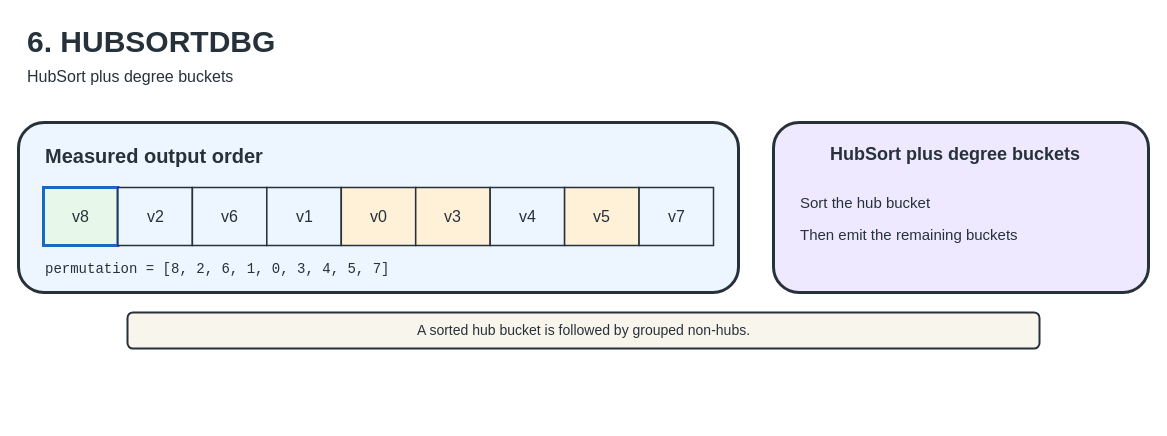
The draw.io diagram docs/figures/editable/06-hubsortdbg.drawio in UVA-LavaLab/GraphBrew, before the edit. Source tidied: cells renumbered, new cells numbered last; positions are measured from the earlier drawing's top-left corner, leaving out a move shared by most shapes. Both pictures are drawn from the tidied source at 100%, with x=0, y=0 at pixel (18, 17).
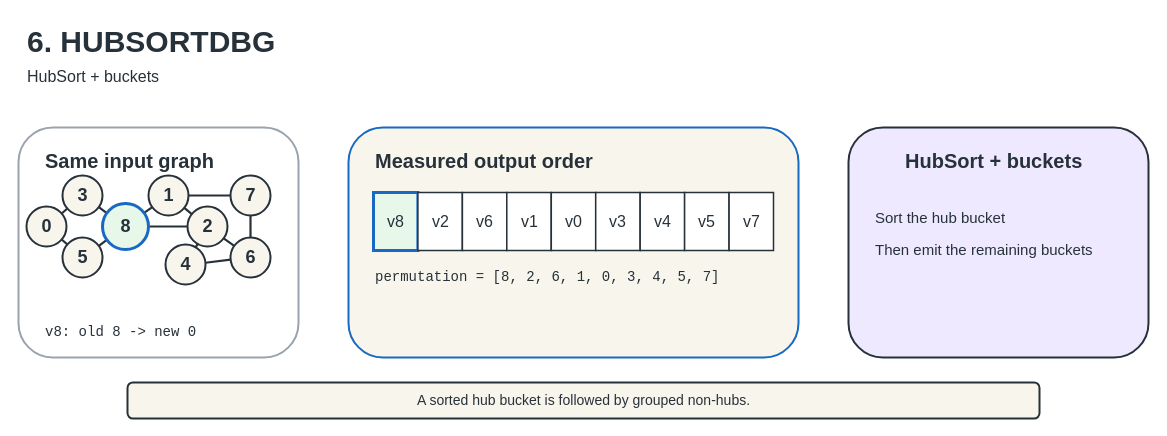
After the change.

Diff of the diagram source:
```diff
@@
-    <mxCell id="3" value="HubSort plus degree buckets" style="text;html=1;strokeColor=none;fillColor=none;fontSize=16;fontColor=#27313A;" parent="1" vertex="1">
+    <mxCell id="3" value="HubSort + buckets" style="text;html=1;strokeColor=none;fillColor=none;fontSize=16;fontColor=#27313A;" parent="1" vertex="1">
       <mxGeometry x="7" y="43" width="1050" height="28" as="geometry" />
     </mxCell>
+    <mxCell id="21" style="rounded=1;html=1;fillColor=#FFFFFF;strokeColor=#9AA3AD;strokeWidth=2;" parent="1" vertex="1">
+      <mxGeometry y="110" width="280" height="230" as="geometry" />
+    </mxCell>
-    <mxCell id="4" style="rounded=1;html=1;fillColor=#EDF5FF;strokeColor=#27313A;strokeWidth=3;" parent="1" vertex="1">
-      <mxGeometry y="105" width="720" height="170" as="geometry" />
+    <mxCell id="4" style="rounded=1;html=1;fillColor=#F8F6EC;strokeColor=#1769C2;strokeWidth=2;" parent="1" vertex="1">
+      <mxGeometry x="330" y="110" width="450" height="230" as="geometry" />
     </mxCell>
-    <mxCell id="5" style="rounded=1;html=1;fillColor=#EEE9FF;strokeColor=#27313A;strokeWidth=3;" parent="1" vertex="1">
-      <mxGeometry x="755" y="105" width="375" height="170" as="geometry" />
+    <mxCell id="5" style="rounded=1;html=1;fillColor=#EEE9FF;strokeColor=#27313A;strokeWidth=2;" parent="1" vertex="1">
+      <mxGeometry x="830" y="110" width="300" height="230" as="geometry" />
     </mxCell>
+    <mxCell id="22" value="Same input graph" style="text;html=1;strokeColor=none;fillColor=none;fontSize=20;fontStyle=1;fontColor=#27313A;" parent="1" vertex="1">
+      <mxGeometry x="25" y="125" width="220" height="35" as="geometry" />
+    </mxCell>
     <mxCell id="6" value="Measured output order" style="text;html=1;strokeColor=none;fillColor=none;fontSize=20;fontStyle=1;fontColor=#27313A;" parent="1" vertex="1">
-      <mxGeometry x="25" y="120" width="300" height="35" as="geometry" />
+      <mxGeometry x="355" y="125" width="300" height="35" as="geometry" />
     </mxCell>
-    <mxCell id="7" value="HubSort plus degree buckets" style="text;html=1;strokeColor=none;fillColor=none;fontSize=18;fontStyle=1;fontColor=#27313A;" parent="1" vertex="1">
-      <mxGeometry x="810" y="120" width="300" height="35" as="geometry" />
+    <mxCell id="7" value="HubSort + buckets" style="text;html=1;strokeColor=none;fillColor=none;fontSize=20;fontStyle=1;fontColor=#27313A;" parent="1" vertex="1">
+      <mxGeometry x="885" y="125" width="220" height="35" as="geometry" />
     </mxCell>
     <mxCell id="8" value="A sorted hub bucket is followed by grouped non-hubs." style="rounded=1;html=1;fillColor=#F8F6EC;strokeColor=#27313A;strokeWidth=2;fontSize=14;fontColor=#27313A;align=center;" parent="1" vertex="1">
-      <mxGeometry x="109" y="295" width="912" height="36" as="geometry" />
+      <mxGeometry x="109" y="365" width="912" height="36" as="geometry" />
     </mxCell>
+    <mxCell id="23" style="endArrow=none;html=1;rounded=0;strokeColor=#27313A;strokeWidth=2.2;" parent="1" edge="1" source="35" target="38">
+      <mxGeometry relative="1" as="geometry" />
+    </mxCell>
+    <mxCell id="24" style="endArrow=none;html=1;rounded=0;strokeColor=#27313A;strokeWidth=2.2;" parent="1" edge="1" source="35" target="40">
+      <mxGeometry relative="1" as="geometry" />
+    </mxCell>
+    <mxCell id="25" style="endArrow=none;html=1;rounded=0;strokeColor=#27313A;strokeWidth=2.2;" parent="1" edge="1" source="38" target="43">
+      <mxGeometry relative="1" as="geometry" />
+    </mxCell>
+    <mxCell id="26" style="endArrow=none;html=1;rounded=0;strokeColor=#27313A;strokeWidth=2.2;" parent="1" edge="1" source="40" target="43">
+      <mxGeometry relative="1" as="geometry" />
+    </mxCell>
+    <mxCell id="27" style="endArrow=none;html=1;rounded=0;strokeColor=#27313A;strokeWidth=2.2;" parent="1" edge="1" source="43" target="36">
+      <mxGeometry relative="1" as="geometry" />
+    </mxCell>
+    <mxCell id="28" style="endArrow=none;html=1;rounded=0;strokeColor=#27313A;strokeWidth=2.2;" parent="1" edge="1" source="43" target="37">
+      <mxGeometry relative="1" as="geometry" />
+    </mxCell>
+    <mxCell id="29" style="endArrow=none;html=1;rounded=0;strokeColor=#27313A;strokeWidth=2.2;" parent="1" edge="1" source="36" target="37">
+      <mxGeometry relative="1" as="geometry" />
+    </mxCell>
+    <mxCell id="30" style="endArrow=none;html=1;rounded=0;strokeColor=#27313A;strokeWidth=2.2;" parent="1" edge="1" source="36" target="42">
+      <mxGeometry relative="1" as="geometry" />
+    </mxCell>
+    <mxCell id="31" style="endArrow=none;html=1;rounded=0;strokeColor=#27313A;strokeWidth=2.2;" parent="1" edge="1" source="37" target="39">
+      <mxGeometry relative="1" as="geometry" />
+    </mxCell>
+    <mxCell id="32" style="endArrow=none;html=1;rounded=0;strokeColor=#27313A;strokeWidth=2.2;" parent="1" edge="1" source="37" target="41">
+      <mxGeometry relative="1" as="geometry" />
+    </mxCell>
+    <mxCell id="33" style="endArrow=none;html=1;rounded=0;strokeColor=#27313A;strokeWidth=2.2;" parent="1" edge="1" source="39" target="41">
+      <mxGeometry relative="1" as="geometry" />
+    </mxCell>
+    <mxCell id="34" style="endArrow=none;html=1;rounded=0;strokeColor=#27313A;strokeWidth=2.2;" parent="1" edge="1" source="41" target="42">
+      <mxGeometry relative="1" as="geometry" />
+    </mxCell>
+    <mxCell id="35" value="0" style="ellipse;html=1;align=center;fillColor=#F8F6EC;strokeColor=#27313A;strokeWidth=2;fontSize=18;fontStyle=1;fontColor=#27313A;" parent="1" vertex="1">
+      <mxGeometry x="8" y="189" width="40" height="40" as="geometry" />
+    </mxCell>
+    <mxCell id="36" value="1" style="ellipse;html=1;align=center;fillColor=#F8F6EC;strokeColor=#27313A;strokeWidth=2;fontSize=18;fontStyle=1;fontColor=#27313A;" parent="1" vertex="1">
+      <mxGeometry x="130" y="158" width="40" height="40" as="geometry" />
+    </mxCell>
+    <mxCell id="37" value="2" style="ellipse;html=1;align=center;fillColor=#F8F6EC;strokeColor=#27313A;strokeWidth=2;fontSize=18;fontStyle=1;fontColor=#27313A;" parent="1" vertex="1">
+      <mxGeometry x="169" y="189" width="40" height="40" as="geometry" />
+    </mxCell>
+    <mxCell id="38" value="3" style="ellipse;html=1;align=center;fillColor=#F8F6EC;strokeColor=#27313A;strokeWidth=2;fontSize=18;fontStyle=1;fontColor=#27313A;" parent="1" vertex="1">
+      <mxGeometry x="44" y="158" width="40" height="40" as="geometry" />
+    </mxCell>
+    <mxCell id="39" value="4" style="ellipse;html=1;align=center;fillColor=#F8F6EC;strokeColor=#27313A;strokeWidth=2;fontSize=18;fontStyle=1;fontColor=#27313A;" parent="1" vertex="1">
+      <mxGeometry x="147" y="227" width="40" height="40" as="geometry" />
+    </mxCell>
+    <mxCell id="40" value="5" style="ellipse;html=1;align=center;fillColor=#F8F6EC;strokeColor=#27313A;strokeWidth=2;fontSize=18;fontStyle=1;fontColor=#27313A;" parent="1" vertex="1">
+      <mxGeometry x="44" y="220" width="40" height="40" as="geometry" />
+    </mxCell>
+    <mxCell id="41" value="6" style="ellipse;html=1;align=center;fillColor=#F8F6EC;strokeColor=#27313A;strokeWidth=2;fontSize=18;fontStyle=1;fontColor=#27313A;" parent="1" vertex="1">
+      <mxGeometry x="212" y="220" width="40" height="40" as="geometry" />
+    </mxCell>
+    <mxCell id="42" value="7" style="ellipse;html=1;align=center;fillColor=#F8F6EC;strokeColor=#27313A;strokeWidth=2;fontSize=18;fontStyle=1;fontColor=#27313A;" parent="1" vertex="1">
+      <mxGeometry x="212" y="158" width="40" height="40" as="geometry" />
+    </mxCell>
+    <mxCell id="43" value="8" style="ellipse;html=1;align=center;fillColor=#E7F7EA;strokeColor=#1769C2;strokeWidth=3;fontSize=18;fontStyle=1;fontColor=#27313A;" parent="1" vertex="1">
+      <mxGeometry x="84" y="186" width="46" height="46" as="geometry" />
+    </mxCell>
+    <mxCell id="44" value="v8: old 8 -&gt; new 0" style="text;html=1;strokeColor=none;fillColor=none;fontSize=14;fontFamily=Consolas;fontColor=#27313A;" parent="1" vertex="1">
+      <mxGeometry x="25" y="300" width="230" height="28" as="geometry" />
+    </mxCell>
     <mxCell id="9" value="v8" style="rounded=0;html=1;align=center;verticalAlign=middle;fillColor=#E7F7EA;strokeColor=#1769C2;strokeWidth=3;fontSize=16;fontColor=#27313A;" parent="1" vertex="1">
-      <mxGeometry x="25" y="170" width="74.4" height="58" as="geometry" />
+      <mxGeometry x="355" y="175" width="44.4" height="58" as="geometry" />
     </mxCell>
-    <mxCell id="10" value="v2" style="rounded=0;html=1;align=center;verticalAlign=middle;fillColor=#EDF5FF;strokeColor=#27313A;strokeWidth=1.5;fontSize=16;fontColor=#27313A;" parent="1" vertex="1">
-      <mxGeometry x="99.4" y="170" width="74.4" height="58" as="geometry" />
+    <mxCell id="10" value="v2" style="rounded=0;html=1;align=center;verticalAlign=middle;fillColor=#FFFFFF;strokeColor=#27313A;strokeWidth=1.5;fontSize=16;fontColor=#27313A;" parent="1" vertex="1">
+      <mxGeometry x="399.4" y="175" width="44.4" height="58" as="geometry" />
     </mxCell>
-    <mxCell id="11" value="v6" style="rounded=0;html=1;align=center;verticalAlign=middle;fillColor=#EDF5FF;strokeColor=#27313A;strokeWidth=1.5;fontSize=16;fontColor=#27313A;" parent="1" vertex="1">
-      <mxGeometry x="173.9" y="170" width="74.4" height="58" as="geometry" />
+    <mxCell id="11" value="v6" style="rounded=0;html=1;align=center;verticalAlign=middle;fillColor=#FFFFFF;strokeColor=#27313A;strokeWidth=1.5;fontSize=16;fontColor=#27313A;" parent="1" vertex="1">
+      <mxGeometry x="443.9" y="175" width="44.4" height="58" as="geometry" />
     </mxCell>
-    <mxCell id="12" value="v1" style="rounded=0;html=1;align=center;verticalAlign=middle;fillColor=#EDF5FF;strokeColor=#27313A;strokeWidth=1.5;fontSize=16;fontColor=#27313A;" parent="1" vertex="1">
-      <mxGeometry x="248.3" y="170" width="74.4" height="58" as="geometry" />
+    <mxCell id="12" value="v1" style="rounded=0;html=1;align=center;verticalAlign=middle;fillColor=#FFFFFF;strokeColor=#27313A;strokeWidth=1.5;fontSize=16;fontColor=#27313A;" parent="1" vertex="1">
+      <mxGeometry x="488.3" y="175" width="44.4" height="58" as="geometry" />
     </mxCell>
-    <mxCell id="13" value="v0" style="rounded=0;html=1;align=center;verticalAlign=middle;fillColor=#FFF0D8;strokeColor=#27313A;strokeWidth=1.5;fontSize=16;fontColor=#27313A;" parent="1" vertex="1">
-      <mxGeometry x="322.8" y="170" width="74.4" height="58" as="geometry" />
+    <mxCell id="13" value="v0" style="rounded=0;html=1;align=center;verticalAlign=middle;fillColor=#FFFFFF;strokeColor=#27313A;strokeWidth=1.5;fontSize=16;fontColor=#27313A;" parent="1" vertex="1">
+      <mxGeometry x="532.8" y="175" width="44.4" height="58" as="geometry" />
     </mxCell>
-    <mxCell id="14" value="v3" style="rounded=0;html=1;align=center;verticalAlign=middle;fillColor=#FFF0D8;strokeColor=#27313A;strokeWidth=1.5;fontSize=16;fontColor=#27313A;" parent="1" vertex="1">
-      <mxGeometry x="397.2" y="170" width="74.4" height="58" as="geometry" />
+    <mxCell id="14" value="v3" style="rounded=0;html=1;align=center;verticalAlign=middle;fillColor=#FFFFFF;strokeColor=#27313A;strokeWidth=1.5;fontSize=16;fontColor=#27313A;" parent="1" vertex="1">
+      <mxGeometry x="577.2" y="175" width="44.4" height="58" as="geometry" />
     </mxCell>
-    <mxCell id="15" value="v4" style="rounded=0;html=1;align=center;verticalAlign=middle;fillColor=#EDF5FF;strokeColor=#27313A;strokeWidth=1.5;fontSize=16;fontColor=#27313A;" parent="1" vertex="1">
-      <mxGeometry x="471.7" y="170" width="74.4" height="58" as="geometry" />
+    <mxCell id="15" value="v4" style="rounded=0;html=1;align=center;verticalAlign=middle;fillColor=#FFFFFF;strokeColor=#27313A;strokeWidth=1.5;fontSize=16;fontColor=#27313A;" parent="1" vertex="1">
+      <mxGeometry x="621.7" y="175" width="44.4" height="58" as="geometry" />
     </mxCell>
-    <mxCell id="16" value="v5" style="rounded=0;html=1;align=center;verticalAlign=middle;fillColor=#FFF0D8;strokeColor=#27313A;strokeWidth=1.5;fontSize=16;fontColor=#27313A;" parent="1" vertex="1">
-      <mxGeometry x="546.1" y="170" width="74.4" height="58" as="geometry" />
+    <mxCell id="16" value="v5" style="rounded=0;html=1;align=center;verticalAlign=middle;fillColor=#FFFFFF;strokeColor=#27313A;strokeWidth=1.5;fontSize=16;fontColor=#27313A;" parent="1" vertex="1">
+      <mxGeometry x="666.1" y="175" width="44.4" height="58" as="geometry" />
     </mxCell>
-    <mxCell id="17" value="v7" style="rounded=0;html=1;align=center;verticalAlign=middle;fillColor=#EDF5FF;strokeColor=#27313A;strokeWidth=1.5;fontSize=16;fontColor=#27313A;" parent="1" vertex="1">
-      <mxGeometry x="620.6" y="170" width="74.4" height="58" as="geometry" />
+    <mxCell id="17" value="v7" style="rounded=0;html=1;align=center;verticalAlign=middle;fillColor=#FFFFFF;strokeColor=#27313A;strokeWidth=1.5;fontSize=16;fontColor=#27313A;" parent="1" vertex="1">
+      <mxGeometry x="710.6" y="175" width="44.4" height="58" as="geometry" />
     </mxCell>
     <mxCell id="18" value="permutation = [8, 2, 6, 1, 0, 3, 4, 5, 7]" style="text;html=1;strokeColor=none;fillColor=none;fontSize=14;fontFamily=Consolas;fontColor=#27313A;" parent="1" vertex="1">
-      <mxGeometry x="25" y="237" width="670" height="28" as="geometry" />
+      <mxGeometry x="355" y="245" width="400" height="28" as="geometry" />
     </mxCell>
     <mxCell id="19" value="Sort the hub bucket" style="text;html=1;strokeColor=none;fillColor=none;fontSize=15;fontColor=#27313A;" parent="1" vertex="1">
-      <mxGeometry x="780" y="170" width="325" height="28" as="geometry" />
+      <mxGeometry x="855" y="185" width="250" height="28" as="geometry" />
     </mxCell>
     <mxCell id="20" value="Then emit the remaining buckets" style="text;html=1;strokeColor=none;fillColor=none;fontSize=15;fontColor=#27313A;" parent="1" vertex="1">
-      <mxGeometry x="780" y="202" width="325" height="28" as="geometry" />
+      <mxGeometry x="855" y="217" width="250" height="28" as="geometry" />
     </mxCell>
```
